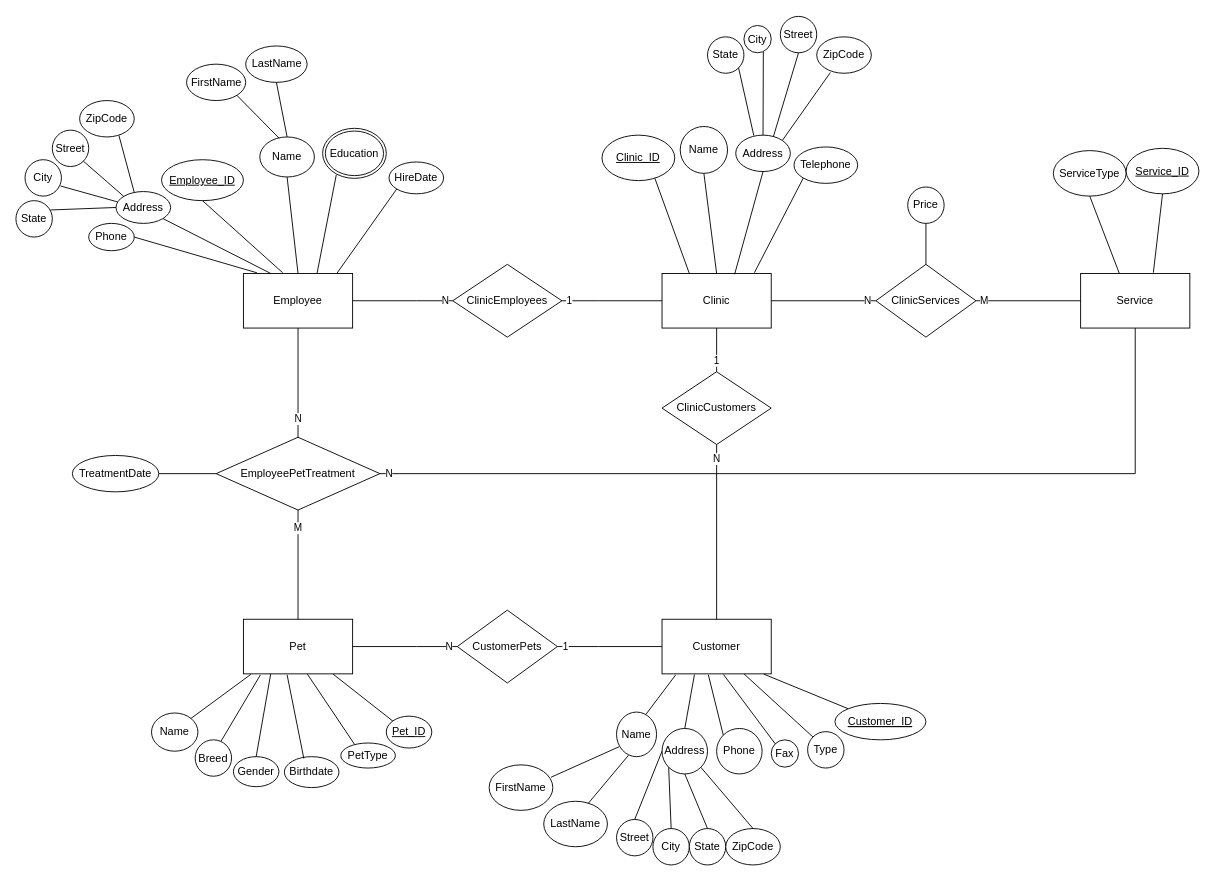
This is Databas_Labb2.drawio from null15/Database_University, a draw.io file, before an edit. Source tidied: cells renumbered, new cells numbered last; positions are measured from the earlier drawing's top-left corner, leaving out a move shared by most shapes. Both pictures are drawn from the tidied source at 91%, with x=0, y=0 at pixel (15, 16).
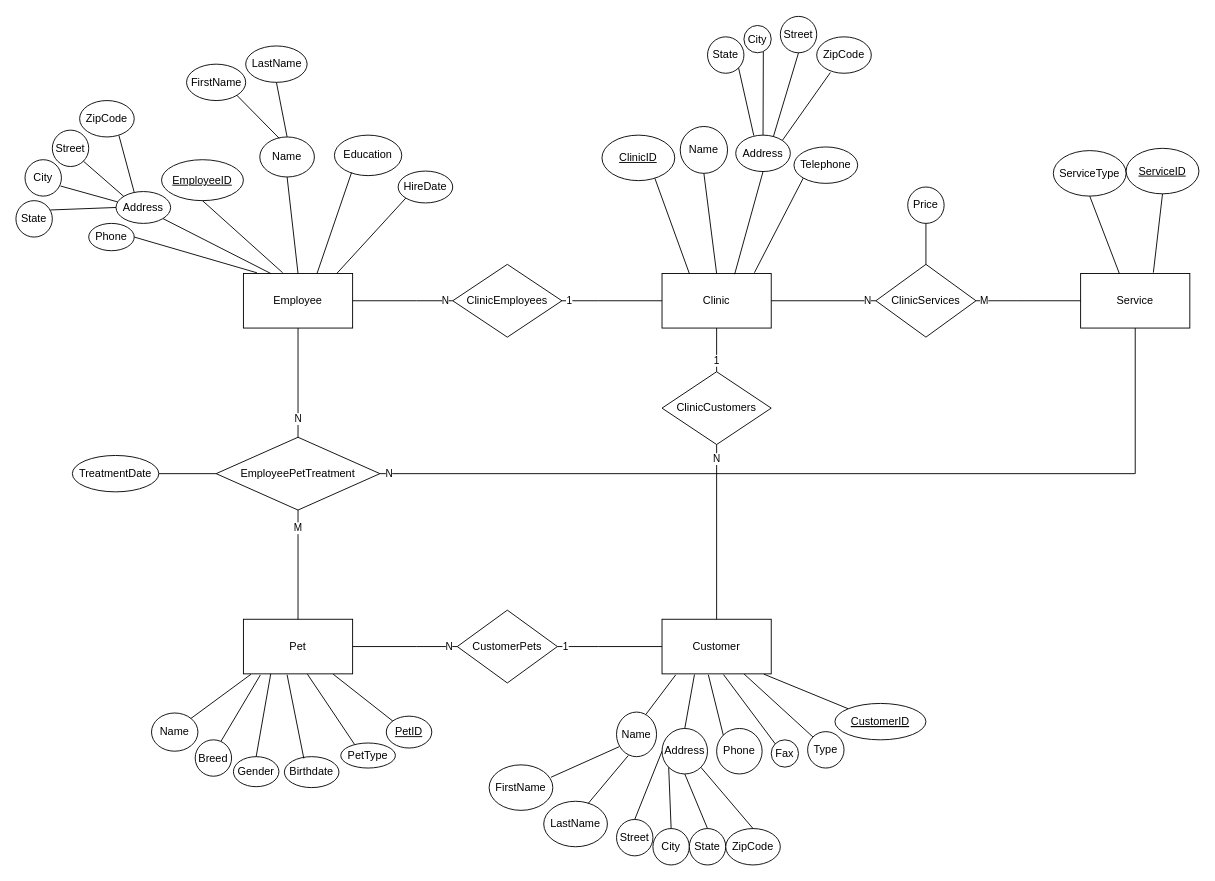
Above is the later version.

Unchanged cells that the change refers to:
```xml
<mxCell id="5" value="Employee" style="rounded=0;whiteSpace=wrap;html=1;" parent="1" vertex="1">
  <mxGeometry x="250" y="282" width="120" height="60" as="geometry" />
</mxCell>
```

Diff of the diagram source:
```diff
@@
-    <mxCell id="42" value="&lt;u&gt;Customer_ID&lt;/u&gt;" style="ellipse;whiteSpace=wrap;html=1;fontStyle=4;" parent="1" vertex="1">
+    <mxCell id="42" value="&lt;u&gt;CustomerID&lt;/u&gt;" style="ellipse;whiteSpace=wrap;html=1;fontStyle=4;" parent="1" vertex="1">
       <mxGeometry x="900" y="754.5" width="100" height="40" as="geometry" />
     </mxCell>
@@
-    <mxCell id="48" value="&lt;u&gt;Pet_ID&lt;/u&gt;" style="ellipse;whiteSpace=wrap;html=1;" parent="1" vertex="1">
+    <mxCell id="48" value="&lt;u&gt;PetID&lt;/u&gt;" style="ellipse;whiteSpace=wrap;html=1;" parent="1" vertex="1">
       <mxGeometry x="407" y="768.5" width="50" height="35" as="geometry" />
     </mxCell>
@@
-    <mxCell id="57" value="&lt;u&gt;Service_ID&lt;/u&gt;" style="ellipse;whiteSpace=wrap;html=1;" parent="1" vertex="1">
+    <mxCell id="57" value="&lt;u&gt;ServiceID&lt;/u&gt;" style="ellipse;whiteSpace=wrap;html=1;" parent="1" vertex="1">
       <mxGeometry x="1220" y="144.5" width="80" height="50" as="geometry" />
     </mxCell>
@@
-    <mxCell id="60" value="&lt;u&gt;Employee_ID&lt;/u&gt;" style="ellipse;whiteSpace=wrap;html=1;" parent="1" vertex="1">
+    <mxCell id="60" value="&lt;u&gt;EmployeeID&lt;/u&gt;" style="ellipse;whiteSpace=wrap;html=1;" parent="1" vertex="1">
       <mxGeometry x="160" y="157" width="90" height="45" as="geometry" />
     </mxCell>
@@
-    <mxCell id="66" value="Education" style="ellipse;shape=doubleEllipse;margin=3;whiteSpace=wrap;html=1;align=center;" parent="1" vertex="1">
-      <mxGeometry x="337" y="122.5" width="70" height="55" as="geometry" />
-    </mxCell>
-    <mxCell id="67" value="HireDate" style="ellipse;whiteSpace=wrap;html=1;" parent="1" vertex="1">
-      <mxGeometry x="410" y="159.5" width="60" height="35" as="geometry" />
+    <mxCell id="67" value="Education" style="ellipse;whiteSpace=wrap;html=1;" parent="1" vertex="1">
+      <mxGeometry x="350" y="130" width="74" height="44.5" as="geometry" />
     </mxCell>
@@
-    <mxCell id="82" style="endArrow=none;html=1;rounded=0;entryX=0.215;entryY=0.929;entryDx=0;entryDy=0;exitX=0.674;exitY=0;exitDx=0;exitDy=0;entryPerimeter=0;exitPerimeter=0;" parent="1" edge="1" source="5" target="66">
+    <mxCell id="82" style="endArrow=none;html=1;rounded=0;entryX=0.254;entryY=0.926;entryDx=0;entryDy=0;exitX=0.674;exitY=0;exitDx=0;exitDy=0;entryPerimeter=0;exitPerimeter=0;" parent="1" edge="1" source="5" target="67">
       <mxGeometry relative="1" as="geometry" />
     </mxCell>
-    <mxCell id="83" style="endArrow=none;html=1;rounded=0;entryX=0;entryY=1;entryDx=0;entryDy=0;exitX=0.855;exitY=0;exitDx=0;exitDy=0;exitPerimeter=0;" parent="1" edge="1" source="5" target="67">
+    <mxCell id="83" style="endArrow=none;html=1;rounded=0;entryX=0;entryY=1;entryDx=0;entryDy=0;exitX=0.855;exitY=0;exitDx=0;exitDy=0;exitPerimeter=0;" parent="1" edge="1" source="5" target="107">
       <mxGeometry relative="1" as="geometry" />
     </mxCell>
@@
-    <mxCell id="86" value="&lt;u&gt;Clinic_ID&lt;/u&gt;" style="ellipse;whiteSpace=wrap;html=1;" parent="1" vertex="1">
+    <mxCell id="86" value="&lt;u&gt;ClinicID&lt;/u&gt;" style="ellipse;whiteSpace=wrap;html=1;" parent="1" vertex="1">
       <mxGeometry x="644" y="130" width="80" height="50" as="geometry" />
     </mxCell>
@@
+    <mxCell id="107" value="HireDate" style="ellipse;whiteSpace=wrap;html=1;" parent="1" vertex="1">
+      <mxGeometry x="420" y="169.5" width="60" height="35" as="geometry" />
+    </mxCell>
```
